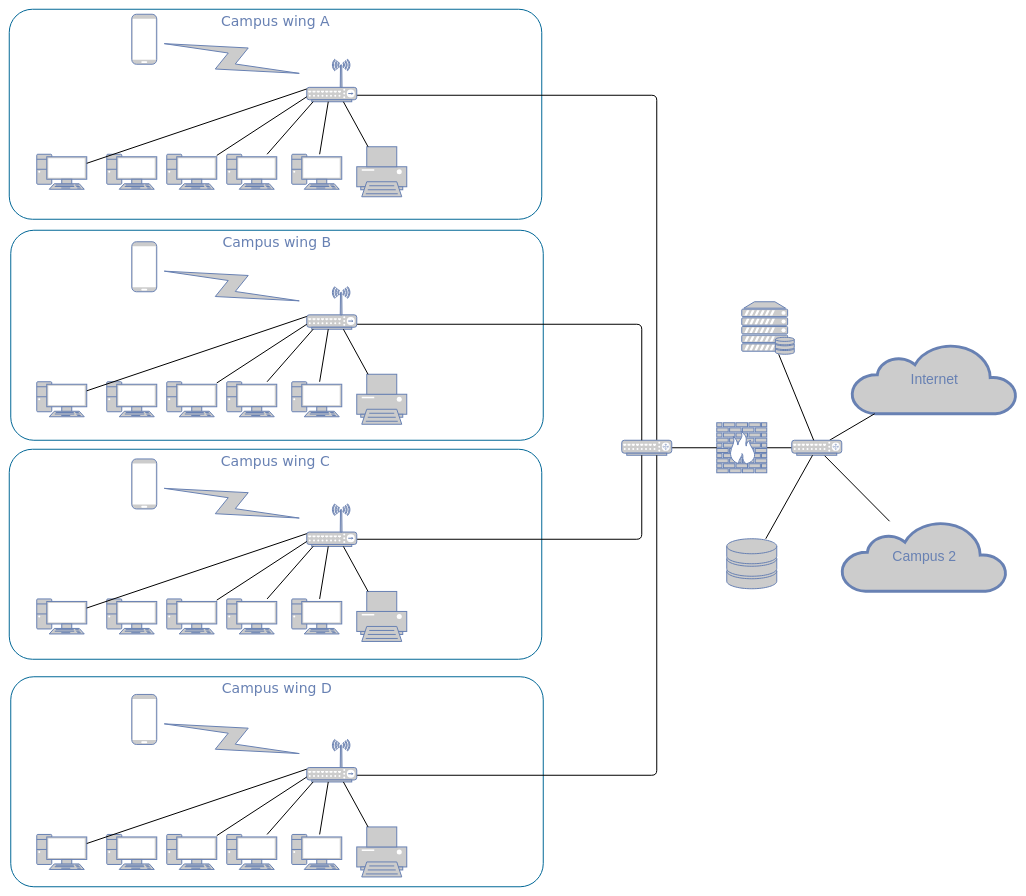
Trony71/ebusd-configuration-weishaupt keeps this draw.io diagram as weishaupt/Untitled Diagram.drawio. Above is the earlier version. Source tidied: cells renumbered, new cells numbered last; positions are measured from the earlier drawing's top-left corner, leaving out a move shared by most shapes. Both pictures are drawn from the tidied source at 50%, with x=0, y=0 at pixel (9, 9).
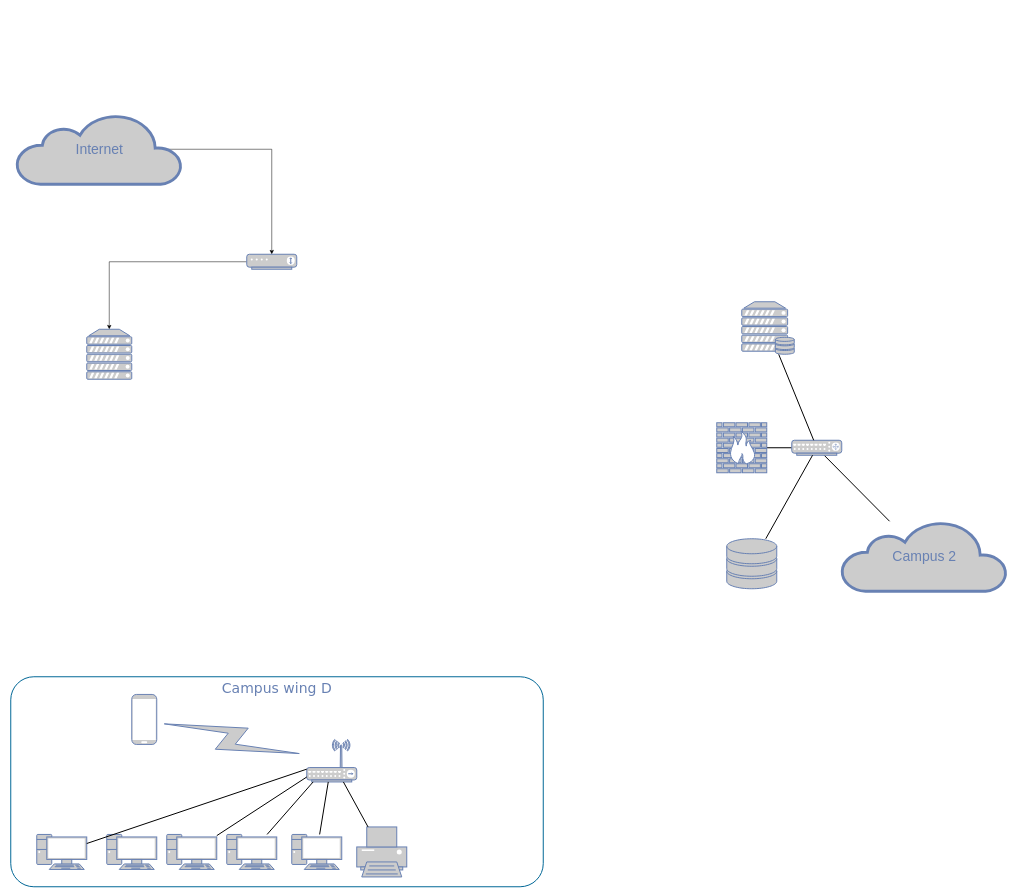
The same diagram, later.

The change refers to these unchanged cells:
```xml
<mxCell id="7" style="fontColor=#0066CC;verticalAlign=top;verticalLabelPosition=bottom;labelPosition=center;align=center;html=1;fillColor=#CCCCCC;strokeColor=#6881B3;gradientColor=none;gradientDirection=north;strokeWidth=2;shape=mxgraph.networks.firewall;rounded=0;shadow=0;comic=0;" parent="1" vertex="1">
  <mxGeometry x="1415" y="827" width="100" height="100" as="geometry" />
</mxCell>
<mxCell id="58" style="fontColor=#0066CC;verticalAlign=top;verticalLabelPosition=bottom;labelPosition=center;align=center;html=1;fillColor=#CCCCCC;strokeColor=#6881B3;gradientColor=none;gradientDirection=north;strokeWidth=2;shape=mxgraph.networks.router;rounded=0;shadow=0;comic=0;" parent="1" vertex="1">
  <mxGeometry x="1565" y="862" width="100" height="30" as="geometry" />
</mxCell>
<mxCell id="70" style="fontColor=#0066CC;verticalAlign=top;verticalLabelPosition=bottom;labelPosition=center;align=center;html=1;fillColor=#CCCCCC;strokeColor=#6881B3;gradientColor=none;gradientDirection=north;strokeWidth=2;shape=mxgraph.networks.wireless_hub;rounded=0;shadow=0;comic=0;" parent="1" vertex="1">
  <mxGeometry x="595" y="1460.4" width="100" height="85" as="geometry" />
</mxCell>
```

Diff of the diagram source:
```diff
@@
-    <mxCell id="3" value="Campus wing C" style="rounded=1;whiteSpace=wrap;html=1;shadow=0;comic=0;strokeColor=#036897;strokeWidth=2;fillColor=none;fontFamily=Verdana;fontSize=28;fontColor=#6881B3;align=center;arcSize=11;verticalAlign=top;" parent="1" vertex="1">
-      <mxGeometry y="880" width="1065" height="420" as="geometry" />
-    </mxCell>
-    <mxCell id="4" value="Campus wing B" style="rounded=1;whiteSpace=wrap;html=1;shadow=0;comic=0;strokeColor=#036897;strokeWidth=2;fillColor=none;fontFamily=Verdana;fontSize=28;fontColor=#6881B3;align=center;arcSize=11;verticalAlign=top;" parent="1" vertex="1">
-      <mxGeometry x="3" y="442" width="1065" height="420" as="geometry" />
-    </mxCell>
-    <mxCell id="5" value="Campus wing A" style="rounded=1;whiteSpace=wrap;html=1;shadow=0;comic=0;strokeColor=#036897;strokeWidth=2;fillColor=none;fontFamily=Verdana;fontSize=28;fontColor=#6881B3;align=center;arcSize=11;verticalAlign=top;" parent="1" vertex="1">
-      <mxGeometry width="1065" height="420" as="geometry" />
-    </mxCell>
@@
-    <mxCell id="8" style="edgeStyle=orthogonalEdgeStyle;html=1;labelBackgroundColor=none;endArrow=none;endFill=0;strokeWidth=2;fontFamily=Verdana;fontSize=15;fontColor=#036897;" parent="1" edge="1" source="17" target="10">
-      <mxGeometry relative="1" as="geometry">
-        <Array as="points">
-          <mxPoint x="1295" y="172" />
-        </Array>
-      </mxGeometry>
-    </mxCell>
-    <mxCell id="9" style="edgeStyle=none;html=1;labelBackgroundColor=none;endArrow=none;endFill=0;strokeWidth=2;fontFamily=Verdana;fontSize=15;fontColor=#036897;" parent="1" edge="1" source="10" target="7">
-      <mxGeometry relative="1" as="geometry" />
-    </mxCell>
-    <mxCell id="10" style="fontColor=#0066CC;verticalAlign=top;verticalLabelPosition=bottom;labelPosition=center;align=center;html=1;fillColor=#CCCCCC;strokeColor=#6881B3;gradientColor=none;gradientDirection=north;strokeWidth=2;shape=mxgraph.networks.router;rounded=0;shadow=0;comic=0;" parent="1" vertex="1">
-      <mxGeometry x="1225" y="862" width="100" height="30" as="geometry" />
-    </mxCell>
-    <mxCell id="11" style="fontColor=#0066CC;verticalAlign=top;verticalLabelPosition=bottom;labelPosition=center;align=center;html=1;fillColor=#CCCCCC;strokeColor=#6881B3;gradientColor=none;gradientDirection=north;strokeWidth=2;shape=mxgraph.networks.pc;rounded=0;shadow=0;comic=0;" parent="1" vertex="1">
-      <mxGeometry x="55" y="290" width="100" height="70" as="geometry" />
-    </mxCell>
-    <mxCell id="12" style="fontColor=#0066CC;verticalAlign=top;verticalLabelPosition=bottom;labelPosition=center;align=center;html=1;fillColor=#CCCCCC;strokeColor=#6881B3;gradientColor=none;gradientDirection=north;strokeWidth=2;shape=mxgraph.networks.pc;rounded=0;shadow=0;comic=0;" parent="1" vertex="1">
-      <mxGeometry x="195" y="290" width="100" height="70" as="geometry" />
-    </mxCell>
-    <mxCell id="13" style="fontColor=#0066CC;verticalAlign=top;verticalLabelPosition=bottom;labelPosition=center;align=center;html=1;fillColor=#CCCCCC;strokeColor=#6881B3;gradientColor=none;gradientDirection=north;strokeWidth=2;shape=mxgraph.networks.pc;rounded=0;shadow=0;comic=0;" parent="1" vertex="1">
-      <mxGeometry x="315" y="290" width="100" height="70" as="geometry" />
-    </mxCell>
-    <mxCell id="14" style="fontColor=#0066CC;verticalAlign=top;verticalLabelPosition=bottom;labelPosition=center;align=center;html=1;fillColor=#CCCCCC;strokeColor=#6881B3;gradientColor=none;gradientDirection=north;strokeWidth=2;shape=mxgraph.networks.pc;rounded=0;shadow=0;comic=0;" parent="1" vertex="1">
-      <mxGeometry x="435" y="290" width="100" height="70" as="geometry" />
-    </mxCell>
-    <mxCell id="15" style="fontColor=#0066CC;verticalAlign=top;verticalLabelPosition=bottom;labelPosition=center;align=center;html=1;fillColor=#CCCCCC;strokeColor=#6881B3;gradientColor=none;gradientDirection=north;strokeWidth=2;shape=mxgraph.networks.pc;rounded=0;shadow=0;comic=0;" parent="1" vertex="1">
-      <mxGeometry x="565" y="290" width="100" height="70" as="geometry" />
-    </mxCell>
-    <mxCell id="16" style="fontColor=#0066CC;verticalAlign=top;verticalLabelPosition=bottom;labelPosition=center;align=center;html=1;fillColor=#CCCCCC;strokeColor=#6881B3;gradientColor=none;gradientDirection=north;strokeWidth=2;shape=mxgraph.networks.printer;rounded=0;shadow=0;comic=0;" parent="1" vertex="1">
-      <mxGeometry x="695" y="275" width="100" height="100" as="geometry" />
-    </mxCell>
-    <mxCell id="17" style="fontColor=#0066CC;verticalAlign=top;verticalLabelPosition=bottom;labelPosition=center;align=center;html=1;fillColor=#CCCCCC;strokeColor=#6881B3;gradientColor=none;gradientDirection=north;strokeWidth=2;shape=mxgraph.networks.wireless_hub;rounded=0;shadow=0;comic=0;" parent="1" vertex="1">
-      <mxGeometry x="595" y="100" width="100" height="85" as="geometry" />
-    </mxCell>
-    <mxCell id="18" style="edgeStyle=none;html=1;labelBackgroundColor=none;endArrow=none;endFill=0;strokeWidth=2;fontFamily=Verdana;fontSize=15;fontColor=#036897;" parent="1" edge="1" source="11" target="17">
-      <mxGeometry relative="1" as="geometry" />
-    </mxCell>
-    <mxCell id="19" style="edgeStyle=none;html=1;labelBackgroundColor=none;endArrow=none;endFill=0;strokeWidth=2;fontFamily=Verdana;fontSize=15;fontColor=#036897;" parent="1" edge="1" source="13" target="17">
-      <mxGeometry relative="1" as="geometry" />
-    </mxCell>
-    <mxCell id="20" style="edgeStyle=none;html=1;labelBackgroundColor=none;endArrow=none;endFill=0;strokeWidth=2;fontFamily=Verdana;fontSize=15;fontColor=#036897;" parent="1" edge="1" source="14" target="17">
-      <mxGeometry relative="1" as="geometry" />
-    </mxCell>
-    <mxCell id="21" style="edgeStyle=none;html=1;labelBackgroundColor=none;endArrow=none;endFill=0;strokeWidth=2;fontFamily=Verdana;fontSize=15;fontColor=#036897;" parent="1" edge="1" source="15" target="17">
-      <mxGeometry relative="1" as="geometry" />
-    </mxCell>
-    <mxCell id="22" style="edgeStyle=none;html=1;labelBackgroundColor=none;endArrow=none;endFill=0;strokeWidth=2;fontFamily=Verdana;fontSize=15;fontColor=#036897;" parent="1" edge="1" source="16" target="17">
-      <mxGeometry relative="1" as="geometry" />
-    </mxCell>
-    <mxCell id="23" style="html=1;fillColor=#CCCCCC;strokeColor=#6881B3;gradientColor=none;gradientDirection=north;strokeWidth=2;shape=mxgraph.networks.comm_link_edge;html=1;labelBackgroundColor=none;endArrow=none;endFill=0;fontFamily=Verdana;fontSize=20;" parent="1" edge="1" source="17" target="24">
-      <mxGeometry relative="1" as="geometry" />
-    </mxCell>
-    <mxCell id="24" style="fontColor=#0066CC;verticalAlign=top;verticalLabelPosition=bottom;labelPosition=center;align=center;html=1;fillColor=#CCCCCC;strokeColor=#6881B3;gradientColor=none;gradientDirection=north;strokeWidth=2;shape=mxgraph.networks.mobile;rounded=0;shadow=0;comic=0;" parent="1" vertex="1">
-      <mxGeometry x="245" y="10" width="50" height="100" as="geometry" />
-    </mxCell>
-    <mxCell id="25" style="fontColor=#0066CC;verticalAlign=top;verticalLabelPosition=bottom;labelPosition=center;align=center;html=1;fillColor=#CCCCCC;strokeColor=#6881B3;gradientColor=none;gradientDirection=north;strokeWidth=2;shape=mxgraph.networks.pc;rounded=0;shadow=0;comic=0;" parent="1" vertex="1">
-      <mxGeometry x="55" y="745" width="100" height="70" as="geometry" />
-    </mxCell>
-    <mxCell id="26" style="fontColor=#0066CC;verticalAlign=top;verticalLabelPosition=bottom;labelPosition=center;align=center;html=1;fillColor=#CCCCCC;strokeColor=#6881B3;gradientColor=none;gradientDirection=north;strokeWidth=2;shape=mxgraph.networks.pc;rounded=0;shadow=0;comic=0;" parent="1" vertex="1">
-      <mxGeometry x="195" y="745" width="100" height="70" as="geometry" />
-    </mxCell>
-    <mxCell id="27" style="fontColor=#0066CC;verticalAlign=top;verticalLabelPosition=bottom;labelPosition=center;align=center;html=1;fillColor=#CCCCCC;strokeColor=#6881B3;gradientColor=none;gradientDirection=north;strokeWidth=2;shape=mxgraph.networks.pc;rounded=0;shadow=0;comic=0;" parent="1" vertex="1">
-      <mxGeometry x="315" y="745" width="100" height="70" as="geometry" />
-    </mxCell>
-    <mxCell id="28" style="fontColor=#0066CC;verticalAlign=top;verticalLabelPosition=bottom;labelPosition=center;align=center;html=1;fillColor=#CCCCCC;strokeColor=#6881B3;gradientColor=none;gradientDirection=north;strokeWidth=2;shape=mxgraph.networks.pc;rounded=0;shadow=0;comic=0;" parent="1" vertex="1">
-      <mxGeometry x="435" y="745" width="100" height="70" as="geometry" />
-    </mxCell>
-    <mxCell id="29" style="fontColor=#0066CC;verticalAlign=top;verticalLabelPosition=bottom;labelPosition=center;align=center;html=1;fillColor=#CCCCCC;strokeColor=#6881B3;gradientColor=none;gradientDirection=north;strokeWidth=2;shape=mxgraph.networks.pc;rounded=0;shadow=0;comic=0;" parent="1" vertex="1">
-      <mxGeometry x="565" y="745" width="100" height="70" as="geometry" />
-    </mxCell>
-    <mxCell id="30" style="fontColor=#0066CC;verticalAlign=top;verticalLabelPosition=bottom;labelPosition=center;align=center;html=1;fillColor=#CCCCCC;strokeColor=#6881B3;gradientColor=none;gradientDirection=north;strokeWidth=2;shape=mxgraph.networks.printer;rounded=0;shadow=0;comic=0;" parent="1" vertex="1">
-      <mxGeometry x="695" y="730" width="100" height="100" as="geometry" />
-    </mxCell>
-    <mxCell id="31" style="edgeStyle=orthogonalEdgeStyle;html=1;labelBackgroundColor=none;endArrow=none;endFill=0;strokeWidth=2;fontFamily=Verdana;fontSize=15;fontColor=#036897;" parent="1" edge="1" source="32" target="10">
-      <mxGeometry relative="1" as="geometry">
-        <Array as="points">
-          <mxPoint x="1265" y="630" />
-        </Array>
-      </mxGeometry>
-    </mxCell>
-    <mxCell id="32" style="fontColor=#0066CC;verticalAlign=top;verticalLabelPosition=bottom;labelPosition=center;align=center;html=1;fillColor=#CCCCCC;strokeColor=#6881B3;gradientColor=none;gradientDirection=north;strokeWidth=2;shape=mxgraph.networks.wireless_hub;rounded=0;shadow=0;comic=0;" parent="1" vertex="1">
-      <mxGeometry x="595" y="555" width="100" height="85" as="geometry" />
-    </mxCell>
-    <mxCell id="33" style="edgeStyle=none;html=1;labelBackgroundColor=none;endArrow=none;endFill=0;strokeWidth=2;fontFamily=Verdana;fontSize=15;fontColor=#036897;" parent="1" edge="1" source="25" target="32">
-      <mxGeometry relative="1" as="geometry" />
-    </mxCell>
-    <mxCell id="34" style="edgeStyle=none;html=1;labelBackgroundColor=none;endArrow=none;endFill=0;strokeWidth=2;fontFamily=Verdana;fontSize=15;fontColor=#036897;" parent="1" edge="1" source="27" target="32">
-      <mxGeometry relative="1" as="geometry" />
-    </mxCell>
-    <mxCell id="35" style="edgeStyle=none;html=1;labelBackgroundColor=none;endArrow=none;endFill=0;strokeWidth=2;fontFamily=Verdana;fontSize=15;fontColor=#036897;" parent="1" edge="1" source="28" target="32">
-      <mxGeometry relative="1" as="geometry" />
-    </mxCell>
-    <mxCell id="36" style="edgeStyle=none;html=1;labelBackgroundColor=none;endArrow=none;endFill=0;strokeWidth=2;fontFamily=Verdana;fontSize=15;fontColor=#036897;" parent="1" edge="1" source="29" target="32">
-      <mxGeometry relative="1" as="geometry" />
-    </mxCell>
-    <mxCell id="37" style="edgeStyle=none;html=1;labelBackgroundColor=none;endArrow=none;endFill=0;strokeWidth=2;fontFamily=Verdana;fontSize=15;fontColor=#036897;" parent="1" edge="1" source="30" target="32">
-      <mxGeometry relative="1" as="geometry" />
-    </mxCell>
-    <mxCell id="38" style="html=1;fillColor=#CCCCCC;strokeColor=#6881B3;gradientColor=none;gradientDirection=north;strokeWidth=2;shape=mxgraph.networks.comm_link_edge;html=1;labelBackgroundColor=none;endArrow=none;endFill=0;fontFamily=Verdana;fontSize=20;" parent="1" edge="1" source="32" target="39">
-      <mxGeometry relative="1" as="geometry" />
-    </mxCell>
-    <mxCell id="39" style="fontColor=#0066CC;verticalAlign=top;verticalLabelPosition=bottom;labelPosition=center;align=center;html=1;fillColor=#CCCCCC;strokeColor=#6881B3;gradientColor=none;gradientDirection=north;strokeWidth=2;shape=mxgraph.networks.mobile;rounded=0;shadow=0;comic=0;" parent="1" vertex="1">
-      <mxGeometry x="245" y="465" width="50" height="100" as="geometry" />
-    </mxCell>
-    <mxCell id="40" style="fontColor=#0066CC;verticalAlign=top;verticalLabelPosition=bottom;labelPosition=center;align=center;html=1;fillColor=#CCCCCC;strokeColor=#6881B3;gradientColor=none;gradientDirection=north;strokeWidth=2;shape=mxgraph.networks.pc;rounded=0;shadow=0;comic=0;" parent="1" vertex="1">
-      <mxGeometry x="55" y="1179.4" width="100" height="70" as="geometry" />
-    </mxCell>
-    <mxCell id="41" style="fontColor=#0066CC;verticalAlign=top;verticalLabelPosition=bottom;labelPosition=center;align=center;html=1;fillColor=#CCCCCC;strokeColor=#6881B3;gradientColor=none;gradientDirection=north;strokeWidth=2;shape=mxgraph.networks.pc;rounded=0;shadow=0;comic=0;" parent="1" vertex="1">
-      <mxGeometry x="195" y="1179.4" width="100" height="70" as="geometry" />
-    </mxCell>
-    <mxCell id="42" style="fontColor=#0066CC;verticalAlign=top;verticalLabelPosition=bottom;labelPosition=center;align=center;html=1;fillColor=#CCCCCC;strokeColor=#6881B3;gradientColor=none;gradientDirection=north;strokeWidth=2;shape=mxgraph.networks.pc;rounded=0;shadow=0;comic=0;" parent="1" vertex="1">
-      <mxGeometry x="315" y="1179.4" width="100" height="70" as="geometry" />
-    </mxCell>
-    <mxCell id="43" style="fontColor=#0066CC;verticalAlign=top;verticalLabelPosition=bottom;labelPosition=center;align=center;html=1;fillColor=#CCCCCC;strokeColor=#6881B3;gradientColor=none;gradientDirection=north;strokeWidth=2;shape=mxgraph.networks.pc;rounded=0;shadow=0;comic=0;" parent="1" vertex="1">
-      <mxGeometry x="435" y="1179.4" width="100" height="70" as="geometry" />
-    </mxCell>
-    <mxCell id="44" style="fontColor=#0066CC;verticalAlign=top;verticalLabelPosition=bottom;labelPosition=center;align=center;html=1;fillColor=#CCCCCC;strokeColor=#6881B3;gradientColor=none;gradientDirection=north;strokeWidth=2;shape=mxgraph.networks.pc;rounded=0;shadow=0;comic=0;" parent="1" vertex="1">
-      <mxGeometry x="565" y="1179.4" width="100" height="70" as="geometry" />
-    </mxCell>
-    <mxCell id="45" style="fontColor=#0066CC;verticalAlign=top;verticalLabelPosition=bottom;labelPosition=center;align=center;html=1;fillColor=#CCCCCC;strokeColor=#6881B3;gradientColor=none;gradientDirection=north;strokeWidth=2;shape=mxgraph.networks.printer;rounded=0;shadow=0;comic=0;" parent="1" vertex="1">
-      <mxGeometry x="695" y="1164.4" width="100" height="100" as="geometry" />
-    </mxCell>
-    <mxCell id="46" style="edgeStyle=orthogonalEdgeStyle;html=1;labelBackgroundColor=none;endArrow=none;endFill=0;strokeWidth=2;fontFamily=Verdana;fontSize=15;fontColor=#036897;" parent="1" edge="1" source="47" target="10">
-      <mxGeometry relative="1" as="geometry">
-        <Array as="points">
-          <mxPoint x="1265" y="1060" />
-        </Array>
-      </mxGeometry>
-    </mxCell>
-    <mxCell id="47" style="fontColor=#0066CC;verticalAlign=top;verticalLabelPosition=bottom;labelPosition=center;align=center;html=1;fillColor=#CCCCCC;strokeColor=#6881B3;gradientColor=none;gradientDirection=north;strokeWidth=2;shape=mxgraph.networks.wireless_hub;rounded=0;shadow=0;comic=0;" parent="1" vertex="1">
-      <mxGeometry x="595" y="989.4" width="100" height="85" as="geometry" />
-    </mxCell>
-    <mxCell id="48" style="edgeStyle=none;html=1;labelBackgroundColor=none;endArrow=none;endFill=0;strokeWidth=2;fontFamily=Verdana;fontSize=15;fontColor=#036897;" parent="1" edge="1" source="40" target="47">
-      <mxGeometry relative="1" as="geometry" />
-    </mxCell>
-    <mxCell id="49" style="edgeStyle=none;html=1;labelBackgroundColor=none;endArrow=none;endFill=0;strokeWidth=2;fontFamily=Verdana;fontSize=15;fontColor=#036897;" parent="1" edge="1" source="42" target="47">
-      <mxGeometry relative="1" as="geometry" />
-    </mxCell>
-    <mxCell id="50" style="edgeStyle=none;html=1;labelBackgroundColor=none;endArrow=none;endFill=0;strokeWidth=2;fontFamily=Verdana;fontSize=15;fontColor=#036897;" parent="1" edge="1" source="43" target="47">
-      <mxGeometry relative="1" as="geometry" />
-    </mxCell>
-    <mxCell id="51" style="edgeStyle=none;html=1;labelBackgroundColor=none;endArrow=none;endFill=0;strokeWidth=2;fontFamily=Verdana;fontSize=15;fontColor=#036897;" parent="1" edge="1" source="44" target="47">
-      <mxGeometry relative="1" as="geometry" />
-    </mxCell>
-    <mxCell id="52" style="edgeStyle=none;html=1;labelBackgroundColor=none;endArrow=none;endFill=0;strokeWidth=2;fontFamily=Verdana;fontSize=15;fontColor=#036897;" parent="1" edge="1" source="45" target="47">
-      <mxGeometry relative="1" as="geometry" />
-    </mxCell>
-    <mxCell id="53" style="html=1;fillColor=#CCCCCC;strokeColor=#6881B3;gradientColor=none;gradientDirection=north;strokeWidth=2;shape=mxgraph.networks.comm_link_edge;html=1;labelBackgroundColor=none;endArrow=none;endFill=0;fontFamily=Verdana;fontSize=20;" parent="1" edge="1" source="47" target="54">
-      <mxGeometry relative="1" as="geometry" />
-    </mxCell>
-    <mxCell id="54" style="fontColor=#0066CC;verticalAlign=top;verticalLabelPosition=bottom;labelPosition=center;align=center;html=1;fillColor=#CCCCCC;strokeColor=#6881B3;gradientColor=none;gradientDirection=north;strokeWidth=2;shape=mxgraph.networks.mobile;rounded=0;shadow=0;comic=0;" parent="1" vertex="1">
-      <mxGeometry x="245" y="899.4" width="50" height="100" as="geometry" />
-    </mxCell>
+    <mxCell id="79" style="edgeStyle=orthogonalEdgeStyle;rounded=0;jettySize=auto;html=1;exitX=0.91;exitY=0.5;exitDx=0;exitDy=0;exitPerimeter=0;" parent="1" edge="1" source="55" target="81">
+      <mxGeometry relative="1" as="geometry" />
+    </mxCell>
     <mxCell id="55" value="Internet" style="html=1;fillColor=#CCCCCC;strokeColor=#6881B3;gradientColor=none;gradientDirection=north;strokeWidth=2;shape=mxgraph.networks.cloud;fontColor=#6881B3;rounded=0;shadow=0;comic=0;align=center;fontSize=28;" parent="1" vertex="1">
-      <mxGeometry x="1685" y="669" width="330" height="140" as="geometry" />
+      <mxGeometry x="15" y="210" width="330" height="140" as="geometry" />
     </mxCell>
-    <mxCell id="56" style="edgeStyle=none;html=1;labelBackgroundColor=none;endArrow=none;endFill=0;strokeWidth=2;fontFamily=Verdana;fontSize=28;fontColor=#6881B3;" parent="1" edge="1" source="58" target="55">
-      <mxGeometry relative="1" as="geometry" />
-    </mxCell>
@@
-    <mxCell id="69" style="edgeStyle=orthogonalEdgeStyle;html=1;labelBackgroundColor=none;endArrow=none;endFill=0;strokeWidth=2;fontFamily=Verdana;fontSize=28;fontColor=#6881B3;" parent="1" edge="1" source="70" target="10">
-      <mxGeometry relative="1" as="geometry">
-        <Array as="points">
-          <mxPoint x="1295" y="1532" />
-        </Array>
-      </mxGeometry>
-    </mxCell>
@@
+    <mxCell id="80" style="edgeStyle=orthogonalEdgeStyle;rounded=0;jettySize=auto;html=1;entryX=0.5;entryY=0;entryDx=0;entryDy=0;entryPerimeter=0;" parent="1" edge="1" source="81" target="82">
+      <mxGeometry relative="1" as="geometry" />
+    </mxCell>
+    <mxCell id="81" style="fontColor=#0066CC;verticalAlign=top;verticalLabelPosition=bottom;labelPosition=center;align=center;html=1;outlineConnect=0;fillColor=#CCCCCC;strokeColor=#6881B3;gradientColor=none;gradientDirection=north;strokeWidth=2;shape=mxgraph.networks.modem;" parent="1" vertex="1">
+      <mxGeometry x="475" y="490" width="100" height="30" as="geometry" />
+    </mxCell>
+    <mxCell id="82" style="fontColor=#0066CC;verticalAlign=top;verticalLabelPosition=bottom;labelPosition=center;align=center;html=1;outlineConnect=0;fillColor=#CCCCCC;strokeColor=#6881B3;gradientColor=none;gradientDirection=north;strokeWidth=2;shape=mxgraph.networks.server;" parent="1" vertex="1">
+      <mxGeometry x="155" y="640" width="90" height="100" as="geometry" />
+    </mxCell>
```
